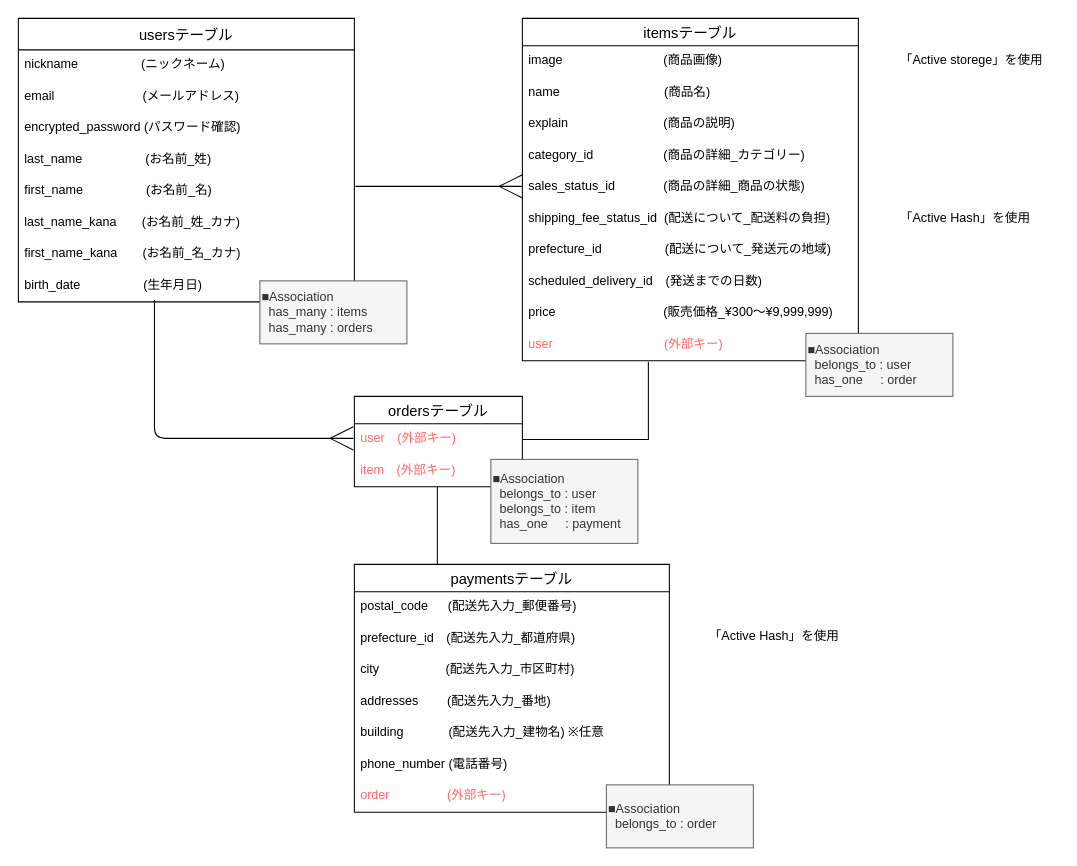
Above: test.dio in kosakik/furima-36040 (draw.io), before the change. Source tidied: cells renumbered, new cells numbered last; positions are measured from the earlier drawing's top-left corner, leaving out a move shared by most shapes. Both pictures are drawn from the tidied source at 105%, with x=0, y=0 at pixel (18, 18).
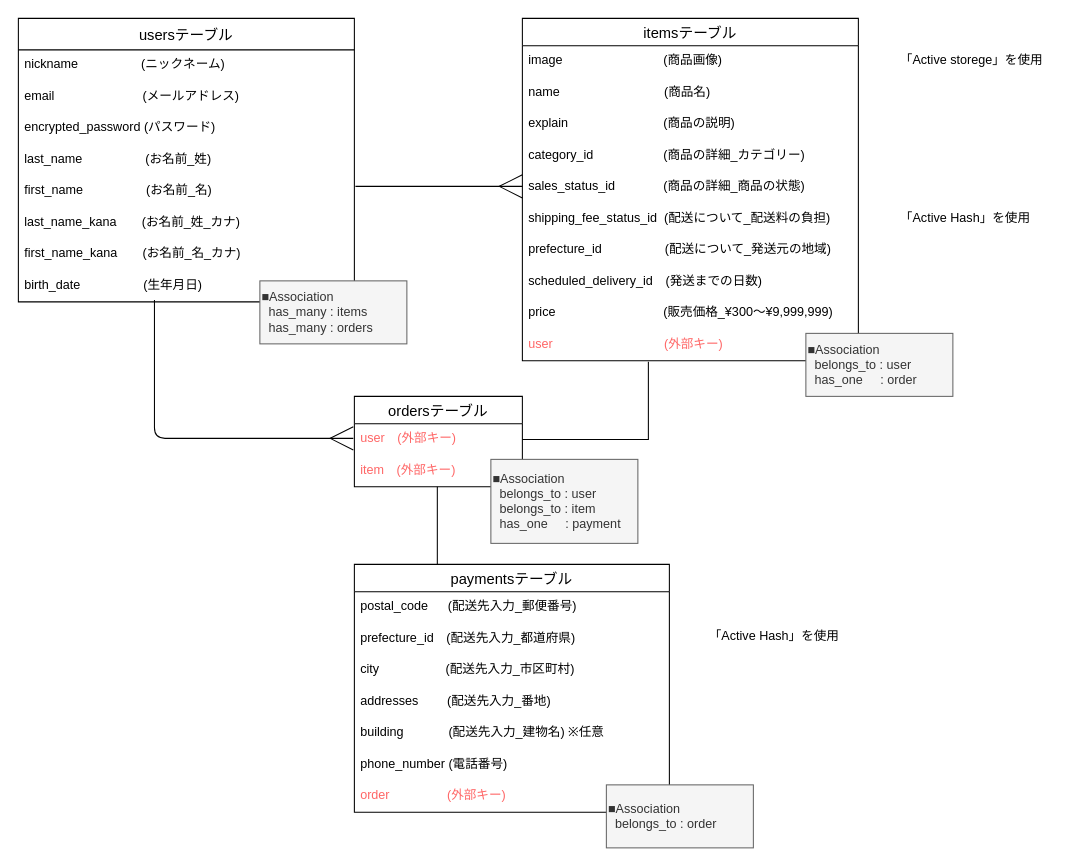
The same page after the edit.

Commit message:
ER図一部変更

The change refers to these unchanged cells:
```xml
<mxCell id="2" value="usersテーブル" style="swimlane;fontStyle=0;horizontal=1;startSize=30;align=center;fontSize=14;verticalAlign=middle;" parent="1" vertex="1">
  <mxGeometry width="320" height="270" as="geometry" />
</mxCell>
```

Diff of the diagram source:
```diff
@@
-    <mxCell id="5" value="encrypted_password (パスワード確認)" style="text;strokeColor=none;fillColor=none;spacingLeft=4;spacingRight=4;overflow=hidden;fontSize=12;" parent="2" vertex="1">
+    <mxCell id="5" value="encrypted_password (パスワード)" style="text;strokeColor=none;fillColor=none;spacingLeft=4;spacingRight=4;overflow=hidden;fontSize=12;" parent="2" vertex="1">
       <mxGeometry y="90" width="320" height="30" as="geometry" />
     </mxCell>
```
